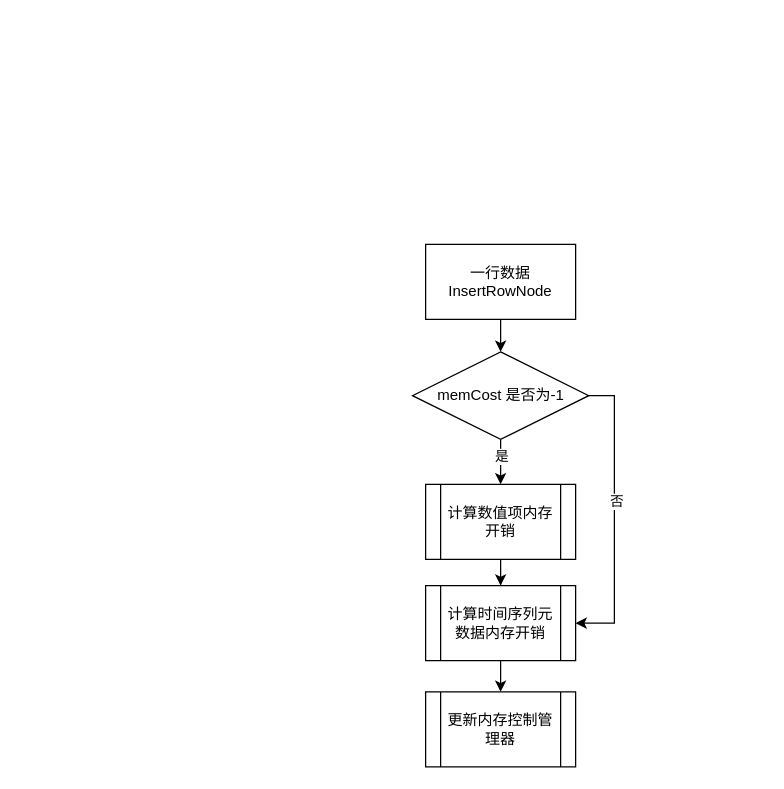
The draw.io diagram 设计图/内存控制流程.drawio in THUMarkLau/thuthesis, before the edit. Source tidied: cells renumbered, new cells numbered last; positions are measured from the earlier drawing's top-left corner, leaving out a move shared by most shapes. Both pictures are drawn from the tidied source at 125%, with x=0, y=0 at pixel (411, 244).
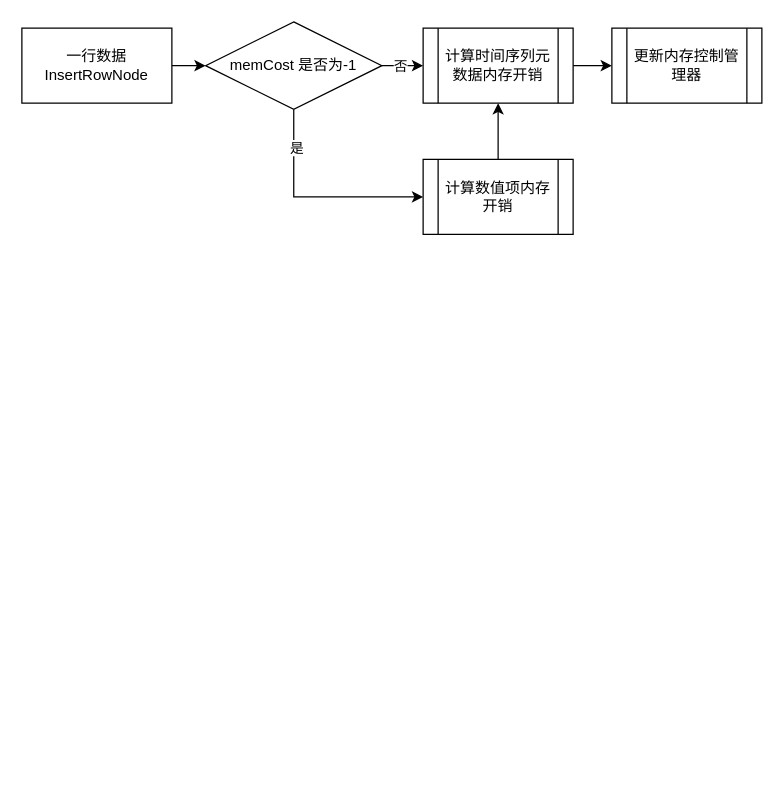
The same diagram, later.

Change to the diagram source:
```diff
@@
 <mxGraphModel>
   <root>
     <mxCell id="0" />
     <mxCell id="1" parent="0" />
-    <mxCell id="2" style="edgeStyle=orthogonalEdgeStyle;rounded=0;jettySize=auto;html=1;entryX=0.5;entryY=0;entryDx=0;entryDy=0;" parent="1" edge="1" source="3" target="8">
+    <mxCell id="2" style="edgeStyle=orthogonalEdgeStyle;rounded=0;jettySize=auto;html=1;entryX=0;entryY=0.5;entryDx=0;entryDy=0;" parent="1" edge="1" source="3" target="8">
       <mxGeometry relative="1" as="geometry" />
     </mxCell>
     <mxCell id="3" value="一行数据&lt;br&gt;InsertRowNode" style="rounded=0;whiteSpace=wrap;html=1;" parent="1" vertex="1">
-      <mxGeometry x="11" width="120" height="60" as="geometry" />
+      <mxGeometry x="-312" y="-173" width="120" height="60" as="geometry" />
     </mxCell>
+    <mxCell id="6" style="edgeStyle=orthogonalEdgeStyle;rounded=0;jettySize=auto;html=1;" parent="1" edge="1" source="8" target="12">
+      <mxGeometry relative="1" as="geometry" />
+    </mxCell>
+    <mxCell id="7" value="否" style="edgeLabel;html=1;align=center;verticalAlign=middle;" parent="6" vertex="1">
+      <mxGeometry x="-0.77" relative="1" as="geometry">
+        <mxPoint x="9" as="offset" />
+      </mxGeometry>
+    </mxCell>
-    <mxCell id="4" style="edgeStyle=orthogonalEdgeStyle;rounded=0;jettySize=auto;html=1;entryX=0.5;entryY=0;entryDx=0;entryDy=0;" parent="1" edge="1" source="8" target="10">
+    <mxCell id="4" style="edgeStyle=orthogonalEdgeStyle;rounded=0;jettySize=auto;html=1;entryX=0;entryY=0.5;entryDx=0;entryDy=0;exitX=0.5;exitY=1;exitDx=0;exitDy=0;" parent="1" edge="1" source="8" target="10">
       <mxGeometry relative="1" as="geometry" />
     </mxCell>
     <mxCell id="5" value="是" style="edgeLabel;html=1;align=center;verticalAlign=middle;" parent="4" vertex="1">
-      <mxGeometry x="-0.11" relative="1" as="geometry">
-        <mxPoint y="-7" as="offset" />
-      </mxGeometry>
+      <mxGeometry x="-0.65" y="2" relative="1" as="geometry" />
     </mxCell>
-    <mxCell id="6" style="edgeStyle=orthogonalEdgeStyle;rounded=0;jettySize=auto;html=1;entryX=1;entryY=0.5;entryDx=0;entryDy=0;" parent="1" edge="1" source="8" target="12">
-      <mxGeometry relative="1" as="geometry">
-        <Array as="points">
-          <mxPoint x="162" y="121" />
-          <mxPoint x="162" y="303" />
-        </Array>
-      </mxGeometry>
-    </mxCell>
-    <mxCell id="7" value="否" style="edgeLabel;html=1;align=center;verticalAlign=middle;" parent="6" vertex="1">
-      <mxGeometry x="-0.1" y="1" relative="1" as="geometry" />
-    </mxCell>
     <mxCell id="8" value="memCost 是否为-1" style="rhombus;whiteSpace=wrap;html=1;" parent="1" vertex="1">
-      <mxGeometry x="0.5" y="86" width="141" height="70" as="geometry" />
+      <mxGeometry x="-165" y="-178" width="141" height="70" as="geometry" />
     </mxCell>
-    <mxCell id="9" style="edgeStyle=orthogonalEdgeStyle;rounded=0;jettySize=auto;html=1;entryX=0.5;entryY=0;entryDx=0;entryDy=0;" parent="1" edge="1" source="10" target="12">
+    <mxCell id="9" style="edgeStyle=orthogonalEdgeStyle;rounded=0;jettySize=auto;html=1;entryX=0.5;entryY=1;entryDx=0;entryDy=0;" parent="1" edge="1" source="10" target="12">
       <mxGeometry relative="1" as="geometry" />
     </mxCell>
     <mxCell id="10" value="计算数值项内存开销" style="shape=process;whiteSpace=wrap;html=1;backgroundOutline=1;" parent="1" vertex="1">
-      <mxGeometry x="11" y="192" width="120" height="60" as="geometry" />
+      <mxGeometry x="9" y="-68" width="120" height="60" as="geometry" />
     </mxCell>
-    <mxCell id="11" style="edgeStyle=orthogonalEdgeStyle;rounded=0;jettySize=auto;html=1;entryX=0.5;entryY=0;entryDx=0;entryDy=0;" parent="1" edge="1" source="12" target="13">
+    <mxCell id="11" style="edgeStyle=orthogonalEdgeStyle;rounded=0;jettySize=auto;html=1;entryX=0;entryY=0.5;entryDx=0;entryDy=0;" parent="1" edge="1" source="12" target="13">
       <mxGeometry relative="1" as="geometry" />
     </mxCell>
     <mxCell id="12" value="计算时间序列元数据内存开销" style="shape=process;whiteSpace=wrap;html=1;backgroundOutline=1;" parent="1" vertex="1">
-      <mxGeometry x="11" y="273" width="120" height="60" as="geometry" />
+      <mxGeometry x="9" y="-173" width="120" height="60" as="geometry" />
     </mxCell>
     <mxCell id="13" value="更新内存控制管理器" style="shape=process;whiteSpace=wrap;html=1;backgroundOutline=1;" parent="1" vertex="1">
-      <mxGeometry x="11" y="358" width="120" height="60" as="geometry" />
+      <mxGeometry x="160" y="-173" width="120" height="60" as="geometry" />
     </mxCell>
   </root>
 </mxGraphModel>
```
